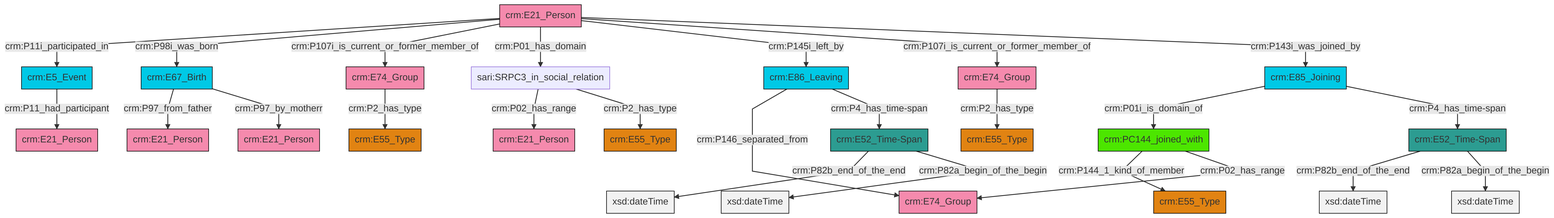
Before: et/personCSV/ttl/mmd/png/Person_Actor_Relations.png, a diagram exported from Mermaid (swiss-art-research-net/docs.swissartresearch). Its source is kept beside it as et/personCSV/ttl/mmd/Person_Actor_Relations.ttl.mmd.
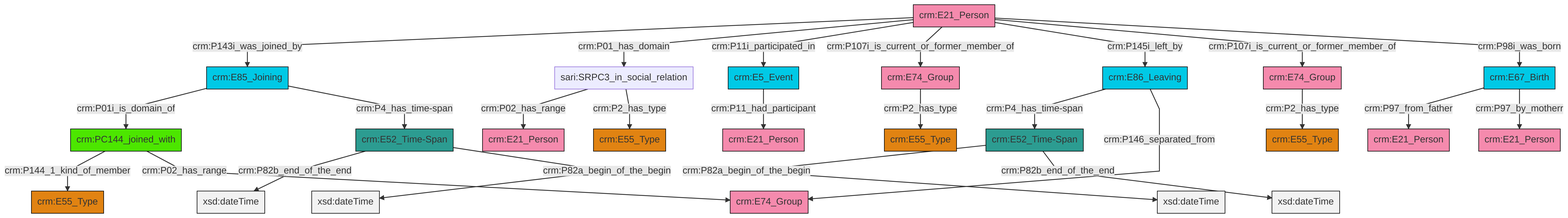
The same diagram one commit later.

What changed in the source:
```diff
@@ -13,27 +13,27 @@
 classDef PC_Classes fill:#4ce600, stroke:#000000;
 classDef Multi fill:#cccccc,stroke:#000000;
 
-4["crm:E52_Time-Span"]:::Time-Span -->|crm:P82b_end_of_the_end| 5[xsd:dateTime]:::Literal
-6["crm:PC144_joined_with"]:::PC_Classes -->|crm:P144_1_kind_of_member| 0["crm:E55_Type"]:::Type
-4["crm:E52_Time-Span"]:::Time-Span -->|crm:P82a_begin_of_the_begin| 7[xsd:dateTime]:::Literal
-9["crm:E21_Person"]:::Actor -->|crm:P11i_participated_in| 10["crm:E5_Event"]:::Temporal_Entity
-11["crm:E52_Time-Span"]:::Time-Span -->|crm:P82b_end_of_the_end| 12[xsd:dateTime]:::Literal
-2["crm:E85_Joining"]:::Temporal_Entity -->|crm:P01i_is_domain_of| 6["crm:PC144_joined_with"]:::PC_Classes
-15["crm:E67_Birth"]:::Temporal_Entity -->|crm:P97_from_father| 16["crm:E21_Person"]:::Actor
-9["crm:E21_Person"]:::Actor -->|crm:P98i_was_born| 15["crm:E67_Birth"]:::Temporal_Entity
-10["crm:E5_Event"]:::Temporal_Entity -->|crm:P11_had_participant| 20["crm:E21_Person"]:::Actor
-13["crm:E86_Leaving"]:::Temporal_Entity -->|crm:P146_separated_from| 24["crm:E74_Group"]:::Actor
-13["crm:E86_Leaving"]:::Temporal_Entity -->|crm:P4_has_time-span| 4["crm:E52_Time-Span"]:::Time-Span
-28["crm:E74_Group"]:::Actor -->|crm:P2_has_type| 29["crm:E55_Type"]:::Type
-15["crm:E67_Birth"]:::Temporal_Entity -->|crm:P97_by_motherr| 30["crm:E21_Person"]:::Actor
-9["crm:E21_Person"]:::Actor -->|crm:P107i_is_current_or_former_member_of| 32["crm:E74_Group"]:::Actor
-2["crm:E85_Joining"]:::Temporal_Entity -->|crm:P4_has_time-span| 11["crm:E52_Time-Span"]:::Time-Span
-9["crm:E21_Person"]:::Actor -->|crm:P01_has_domain| 34["sari:SRPC3_in_social_relation"]:::Default
-32["crm:E74_Group"]:::Actor -->|crm:P2_has_type| 17["crm:E55_Type"]:::Type
-6["crm:PC144_joined_with"]:::PC_Classes -->|crm:P02_has_range| 24["crm:E74_Group"]:::Actor
-9["crm:E21_Person"]:::Actor -->|crm:P145i_left_by| 13["crm:E86_Leaving"]:::Temporal_Entity
-9["crm:E21_Person"]:::Actor -->|crm:P107i_is_current_or_former_member_of| 28["crm:E74_Group"]:::Actor
-34["sari:SRPC3_in_social_relation"]:::Default -->|crm:P02_has_range| 21["crm:E21_Person"]:::Actor
-34["sari:SRPC3_in_social_relation"]:::Default -->|crm:P2_has_type| 25["crm:E55_Type"]:::Type
-9["crm:E21_Person"]:::Actor -->|crm:P143i_was_joined_by| 2["crm:E85_Joining"]:::Temporal_Entity
-11["crm:E52_Time-Span"]:::Time-Span -->|crm:P82a_begin_of_the_begin| 46[xsd:dateTime]:::Literal
+0["crm:E52_Time-Span"]:::Time-Span -->|crm:P82b_end_of_the_end| 1[xsd:dateTime]:::Literal
+4["crm:E74_Group"]:::Actor -->|crm:P2_has_type| 5["crm:E55_Type"]:::Type
+11["crm:E86_Leaving"]:::Temporal_Entity -->|crm:P4_has_time-span| 12["crm:E52_Time-Span"]:::Time-Span
+2["crm:E21_Person"]:::Actor -->|crm:P143i_was_joined_by| 13["crm:E85_Joining"]:::Temporal_Entity
+12["crm:E52_Time-Span"]:::Time-Span -->|crm:P82a_begin_of_the_begin| 16[xsd:dateTime]:::Literal
+2["crm:E21_Person"]:::Actor -->|crm:P01_has_domain| 17["sari:SRPC3_in_social_relation"]:::Default
+2["crm:E21_Person"]:::Actor -->|crm:P11i_participated_in| 19["crm:E5_Event"]:::Temporal_Entity
+2["crm:E21_Person"]:::Actor -->|crm:P107i_is_current_or_former_member_of| 4["crm:E74_Group"]:::Actor
+23["crm:E67_Birth"]:::Temporal_Entity -->|crm:P97_from_father| 25["crm:E21_Person"]:::Actor
+13["crm:E85_Joining"]:::Temporal_Entity -->|crm:P01i_is_domain_of| 6["crm:PC144_joined_with"]:::PC_Classes
+12["crm:E52_Time-Span"]:::Time-Span -->|crm:P82b_end_of_the_end| 33[xsd:dateTime]:::Literal
+19["crm:E5_Event"]:::Temporal_Entity -->|crm:P11_had_participant| 20["crm:E21_Person"]:::Actor
+23["crm:E67_Birth"]:::Temporal_Entity -->|crm:P97_by_motherr| 34["crm:E21_Person"]:::Actor
+6["crm:PC144_joined_with"]:::PC_Classes -->|crm:P144_1_kind_of_member| 9["crm:E55_Type"]:::Type
+11["crm:E86_Leaving"]:::Temporal_Entity -->|crm:P146_separated_from| 14["crm:E74_Group"]:::Actor
+17["sari:SRPC3_in_social_relation"]:::Default -->|crm:P02_has_range| 28["crm:E21_Person"]:::Actor
+2["crm:E21_Person"]:::Actor -->|crm:P145i_left_by| 11["crm:E86_Leaving"]:::Temporal_Entity
+13["crm:E85_Joining"]:::Temporal_Entity -->|crm:P4_has_time-span| 0["crm:E52_Time-Span"]:::Time-Span
+0["crm:E52_Time-Span"]:::Time-Span -->|crm:P82a_begin_of_the_begin| 40[xsd:dateTime]:::Literal
+2["crm:E21_Person"]:::Actor -->|crm:P107i_is_current_or_former_member_of| 26["crm:E74_Group"]:::Actor
+26["crm:E74_Group"]:::Actor -->|crm:P2_has_type| 30["crm:E55_Type"]:::Type
+17["sari:SRPC3_in_social_relation"]:::Default -->|crm:P2_has_type| 42["crm:E55_Type"]:::Type
+2["crm:E21_Person"]:::Actor -->|crm:P98i_was_born| 23["crm:E67_Birth"]:::Temporal_Entity
+6["crm:PC144_joined_with"]:::PC_Classes -->|crm:P02_has_range| 14["crm:E74_Group"]:::Actor
```
